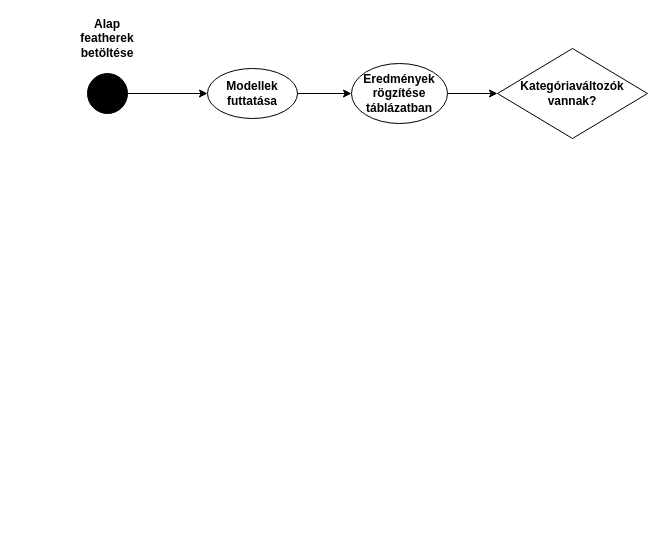
Before: Feature_selection.drawio in HabanAndras/Gepi-latas, a draw.io diagram. Source tidied: cells renumbered, new cells numbered last; positions are measured from the earlier drawing's top-left corner, leaving out a move shared by most shapes. Both pictures are drawn from the tidied source at 100%, with x=0, y=0 at pixel (77, 23).
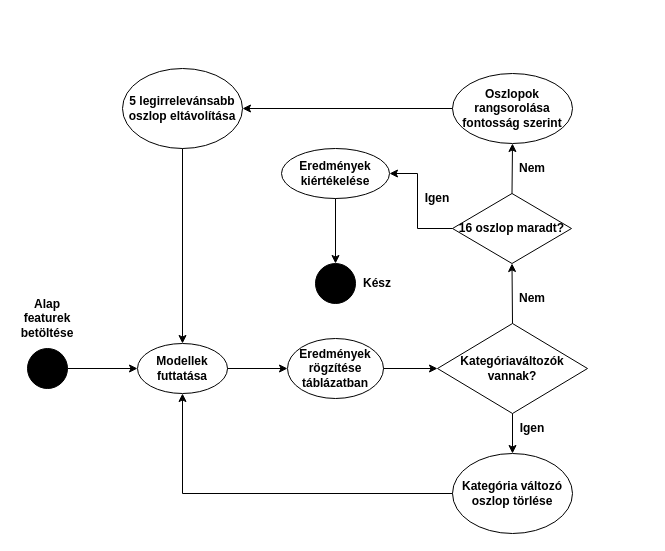
The same page after the edit.

Change to the diagram source:
```diff
@@
     <mxCell id="2" style="ellipse;whiteSpace=wrap;html=1;fillColor=#000000;" parent="1" vertex="1">
-      <mxGeometry x="10" y="50" width="40" height="40" as="geometry" />
+      <mxGeometry x="-50" y="325" width="40" height="40" as="geometry" />
     </mxCell>
-    <mxCell id="3" value="&lt;b&gt;Alap featherek betöltése&lt;/b&gt;" style="text;html=1;strokeColor=none;fillColor=none;align=center;verticalAlign=middle;whiteSpace=wrap;rounded=0;" parent="1" vertex="1">
-      <mxGeometry width="60" height="30" as="geometry" />
+    <mxCell id="3" value="&lt;b&gt;Alap featurek betöltése&lt;/b&gt;" style="text;html=1;strokeColor=none;fillColor=none;align=center;verticalAlign=middle;whiteSpace=wrap;rounded=0;" parent="1" vertex="1">
+      <mxGeometry x="-60" y="280" width="60" height="30" as="geometry" />
     </mxCell>
-    <mxCell id="4" style="endArrow=classic;html=1;rounded=0;exitX=1;exitY=0.5;exitDx=0;exitDy=0;" parent="1" edge="1" source="2">
-      <mxGeometry relative="1" as="geometry">
-        <mxPoint x="130" y="70" as="targetPoint" />
-      </mxGeometry>
+    <mxCell id="4" style="endArrow=classic;html=1;rounded=0;exitX=1;exitY=0.5;exitDx=0;exitDy=0;entryX=0;entryY=0.5;entryDx=0;entryDy=0;" parent="1" edge="1" source="2" target="5">
+      <mxGeometry relative="1" as="geometry" />
     </mxCell>
     <mxCell id="5" value="&lt;b&gt;Modellek futtatása&lt;br&gt;&lt;/b&gt;" style="ellipse;whiteSpace=wrap;html=1;" parent="1" vertex="1">
-      <mxGeometry x="130" y="45" width="90" height="50" as="geometry" />
+      <mxGeometry x="60" y="320" width="90" height="50" as="geometry" />
     </mxCell>
@@
     <mxCell id="7" value="&lt;b&gt;Eredmények rögzítése táblázatban&lt;br&gt;&lt;/b&gt;" style="ellipse;whiteSpace=wrap;html=1;" parent="1" vertex="1">
-      <mxGeometry x="274" y="40" width="96" height="60" as="geometry" />
+      <mxGeometry x="210" y="315" width="96" height="60" as="geometry" />
     </mxCell>
@@
     <mxCell id="9" value="&lt;b&gt;Kategóriaváltozók vannak?&lt;br&gt;&lt;/b&gt;" style="rhombus;whiteSpace=wrap;html=1;" parent="1" vertex="1">
-      <mxGeometry x="420" y="25" width="150" height="90" as="geometry" />
+      <mxGeometry x="360" y="300" width="150" height="90" as="geometry" />
     </mxCell>
+    <mxCell id="10" style="endArrow=classic;html=1;rounded=0;exitX=0.5;exitY=1;exitDx=0;exitDy=0;" parent="1" edge="1" source="9" target="11">
+      <mxGeometry relative="1" as="geometry" />
+    </mxCell>
+    <mxCell id="11" value="&lt;b&gt;Kategória változó oszlop törlése&lt;br&gt;&lt;/b&gt;" style="ellipse;whiteSpace=wrap;html=1;" parent="1" vertex="1">
+      <mxGeometry x="375" y="430" width="120" height="80" as="geometry" />
+    </mxCell>
+    <mxCell id="12" value="&lt;b&gt;Igen&lt;/b&gt;" style="text;html=1;strokeColor=none;fillColor=none;align=center;verticalAlign=middle;whiteSpace=wrap;rounded=0;" parent="1" vertex="1">
+      <mxGeometry x="425" y="390" width="60" height="30" as="geometry" />
+    </mxCell>
+    <mxCell id="13" value="&lt;b&gt;Oszlopok rangsorolása fontosság szerint&lt;br&gt;&lt;/b&gt;" style="ellipse;whiteSpace=wrap;html=1;" parent="1" vertex="1">
+      <mxGeometry x="375" y="50" width="120" height="70" as="geometry" />
+    </mxCell>
+    <mxCell id="14" style="endArrow=classic;html=1;rounded=0;exitX=0;exitY=0.5;exitDx=0;exitDy=0;entryX=0.5;entryY=1;entryDx=0;entryDy=0;" parent="1" edge="1" source="11" target="5">
+      <mxGeometry relative="1" as="geometry">
+        <Array as="points">
+          <mxPoint x="105" y="470" />
+        </Array>
+      </mxGeometry>
+    </mxCell>
+    <mxCell id="15" value="&lt;b&gt;Nem&lt;/b&gt;" style="text;html=1;strokeColor=none;fillColor=none;align=center;verticalAlign=middle;whiteSpace=wrap;rounded=0;" parent="1" vertex="1">
+      <mxGeometry x="425" y="260" width="60" height="30" as="geometry" />
+    </mxCell>
+    <mxCell id="16" value="&lt;b&gt;5 legirrelevánsabb oszlop eltávolítása&lt;br&gt;&lt;/b&gt;" style="ellipse;whiteSpace=wrap;html=1;" parent="1" vertex="1">
+      <mxGeometry x="45" y="45" width="120" height="80" as="geometry" />
+    </mxCell>
+    <mxCell id="17" value="&lt;b&gt;16 oszlop maradt?&lt;br&gt;&lt;/b&gt;" style="rhombus;whiteSpace=wrap;html=1;" parent="1" vertex="1">
+      <mxGeometry x="375" y="170" width="119" height="70" as="geometry" />
+    </mxCell>
+    <mxCell id="18" style="endArrow=classic;html=1;rounded=0;exitX=0.5;exitY=0;exitDx=0;exitDy=0;entryX=0.5;entryY=1;entryDx=0;entryDy=0;" parent="1" edge="1" source="9" target="17">
+      <mxGeometry relative="1" as="geometry" />
+    </mxCell>
+    <mxCell id="19" style="endArrow=classic;html=1;rounded=0;exitX=0.5;exitY=0;exitDx=0;exitDy=0;entryX=0.5;entryY=1;entryDx=0;entryDy=0;" parent="1" edge="1" source="17" target="13">
+      <mxGeometry relative="1" as="geometry" />
+    </mxCell>
+    <mxCell id="20" value="&lt;b&gt;Nem&lt;/b&gt;" style="text;html=1;strokeColor=none;fillColor=none;align=center;verticalAlign=middle;whiteSpace=wrap;rounded=0;" parent="1" vertex="1">
+      <mxGeometry x="425" y="130" width="60" height="30" as="geometry" />
+    </mxCell>
+    <mxCell id="21" style="endArrow=classic;html=1;rounded=0;exitX=0;exitY=0.5;exitDx=0;exitDy=0;entryX=1;entryY=0.5;entryDx=0;entryDy=0;" parent="1" edge="1" source="13" target="16">
+      <mxGeometry relative="1" as="geometry" />
+    </mxCell>
+    <mxCell id="22" style="endArrow=classic;html=1;rounded=0;exitX=0.5;exitY=1;exitDx=0;exitDy=0;entryX=0.5;entryY=0;entryDx=0;entryDy=0;" parent="1" edge="1" source="16" target="5">
+      <mxGeometry relative="1" as="geometry" />
+    </mxCell>
+    <mxCell id="23" value="&lt;b&gt;Eredmények kiértékelése&lt;br&gt;&lt;/b&gt;" style="ellipse;whiteSpace=wrap;html=1;" parent="1" vertex="1">
+      <mxGeometry x="204" y="125" width="108" height="50" as="geometry" />
+    </mxCell>
+    <mxCell id="24" style="endArrow=classic;html=1;rounded=0;exitX=0;exitY=0.5;exitDx=0;exitDy=0;entryX=1;entryY=0.5;entryDx=0;entryDy=0;" parent="1" edge="1" source="17" target="23">
+      <mxGeometry relative="1" as="geometry">
+        <Array as="points">
+          <mxPoint x="340" y="205" />
+          <mxPoint x="340" y="150" />
+        </Array>
+      </mxGeometry>
+    </mxCell>
+    <mxCell id="25" value="&lt;b&gt;Igen&lt;/b&gt;" style="text;html=1;strokeColor=none;fillColor=none;align=center;verticalAlign=middle;whiteSpace=wrap;rounded=0;" parent="1" vertex="1">
+      <mxGeometry x="330" y="160" width="60" height="30" as="geometry" />
+    </mxCell>
+    <mxCell id="26" style="endArrow=classic;html=1;rounded=0;exitX=0.5;exitY=1;exitDx=0;exitDy=0;" parent="1" edge="1" source="23">
+      <mxGeometry relative="1" as="geometry">
+        <mxPoint x="258" y="240" as="targetPoint" />
+      </mxGeometry>
+    </mxCell>
+    <mxCell id="27" style="ellipse;whiteSpace=wrap;html=1;fillColor=#000000;" parent="1" vertex="1">
+      <mxGeometry x="238" y="240" width="40" height="40" as="geometry" />
+    </mxCell>
+    <mxCell id="28" value="&lt;b&gt;Kész&lt;/b&gt;" style="text;html=1;strokeColor=none;fillColor=none;align=center;verticalAlign=middle;whiteSpace=wrap;rounded=0;" parent="1" vertex="1">
+      <mxGeometry x="270" y="245" width="60" height="30" as="geometry" />
+    </mxCell>
```
